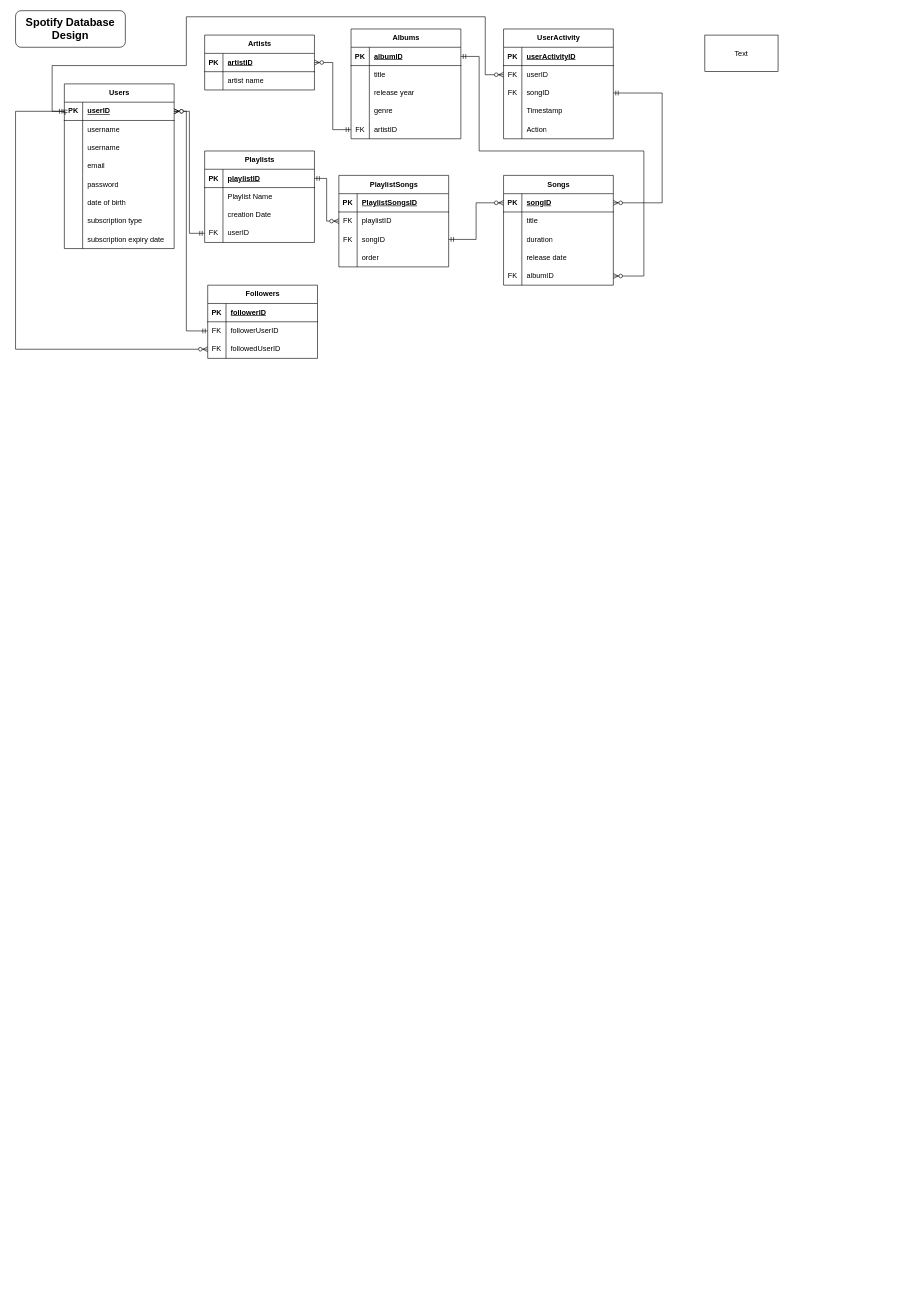
Keerthishankar-Punchithaya/Assignments keeps this draw.io diagram as Spotify Database Design S5D2 -> Database Design (L1).drawio. Above is the earlier version. Source tidied: cells renumbered, new cells numbered last; positions are measured from the earlier drawing's top-left corner, leaving out a move shared by most shapes. Both pictures are drawn from the tidied source at 61%, with x=0, y=0 at pixel (15, 10).
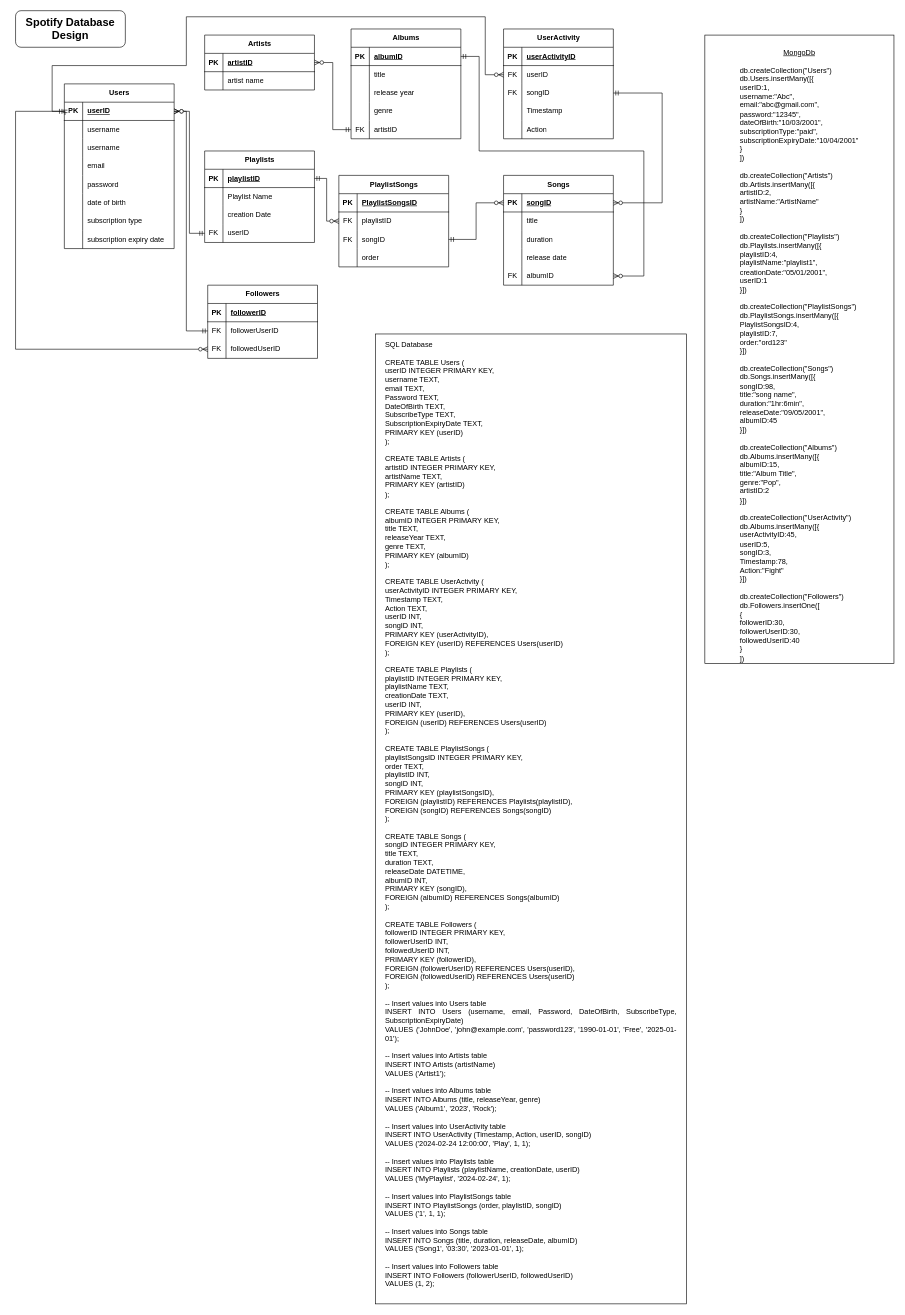
Above is the later version.

Diff of the diagram source:
```diff
@@
     <mxCell id="129" style="rounded=0;whiteSpace=wrap;html=1;" parent="1" vertex="1">
-      <mxGeometry x="1130" y="40" width="120" height="60" as="geometry" />
+      <mxGeometry x="1130" y="40" width="310" height="1030" as="geometry" />
     </mxCell>
-    <mxCell id="130" value="Text" style="text;html=1;align=center;verticalAlign=middle;whiteSpace=wrap;rounded=0;" parent="1" vertex="1">
-      <mxGeometry x="1160" y="55" width="60" height="30" as="geometry" />
+    <mxCell id="130" value="&lt;div style=&quot;&quot;&gt;&lt;u style=&quot;background-color: initial;&quot;&gt;MongoDb&lt;/u&gt;&lt;/div&gt;&lt;div style=&quot;&quot;&gt;&lt;br&gt;&lt;/div&gt;&lt;div style=&quot;text-align: justify;&quot;&gt;db.createCollection(&quot;Users&quot;)&lt;/div&gt;&lt;div style=&quot;text-align: justify;&quot;&gt;db.Users.insertMany([{&lt;/div&gt;&lt;div style=&quot;text-align: justify;&quot;&gt;userID:1,&lt;/div&gt;&lt;div style=&quot;text-align: justify;&quot;&gt;username:&quot;Abc&quot;,&lt;/div&gt;&lt;div style=&quot;text-align: justify;&quot;&gt;email:&quot;abc@gmail.com&quot;,&lt;/div&gt;&lt;div style=&quot;text-align: justify;&quot;&gt;password:&quot;12345&quot;,&lt;/div&gt;&lt;div style=&quot;text-align: justify;&quot;&gt;dateOfBirth:&quot;10/03/2001&quot;,&lt;/div&gt;&lt;div style=&quot;text-align: justify;&quot;&gt;subscriptionType:&quot;paid&quot;,&lt;/div&gt;&lt;div style=&quot;text-align: justify;&quot;&gt;subscriptionExpiryDate:&quot;10/04/2001&quot;&lt;/div&gt;&lt;div style=&quot;text-align: justify;&quot;&gt;}&lt;/div&gt;&lt;div style=&quot;text-align: justify;&quot;&gt;])&lt;/div&gt;&lt;div style=&quot;text-align: justify;&quot;&gt;&lt;br&gt;&lt;/div&gt;&lt;div style=&quot;text-align: justify;&quot;&gt;db.createCollection(&quot;Artists&quot;)&lt;/div&gt;&lt;div style=&quot;text-align: justify;&quot;&gt;db.Artists.insertMany([{&lt;/div&gt;&lt;div style=&quot;text-align: justify;&quot;&gt;artistID:2,&lt;/div&gt;&lt;div style=&quot;text-align: justify;&quot;&gt;artistName:&quot;ArtistName&quot;&lt;/div&gt;&lt;div style=&quot;text-align: justify;&quot;&gt;}&lt;/div&gt;&lt;div style=&quot;text-align: justify;&quot;&gt;])&lt;/div&gt;&lt;div style=&quot;text-align: justify;&quot;&gt;&lt;br&gt;&lt;/div&gt;&lt;div style=&quot;text-align: justify;&quot;&gt;db.createCollection(&quot;Playlists&quot;)&lt;/div&gt;&lt;div style=&quot;text-align: justify;&quot;&gt;db.Playlists.insertMany([{&lt;/div&gt;&lt;div style=&quot;text-align: justify;&quot;&gt;playlistID:4,&lt;/div&gt;&lt;div style=&quot;text-align: justify;&quot;&gt;playlistName:&quot;playlist1&quot;,&lt;/div&gt;&lt;div style=&quot;text-align: justify;&quot;&gt;creationDate:&quot;05/01/2001&quot;,&lt;/div&gt;&lt;div style=&quot;text-align: justify;&quot;&gt;userID:1&lt;/div&gt;&lt;div style=&quot;text-align: justify;&quot;&gt;}])&lt;/div&gt;&lt;div style=&quot;text-align: justify;&quot;&gt;&lt;br&gt;&lt;/div&gt;&lt;div style=&quot;text-align: justify;&quot;&gt;db.createCollection(&quot;PlaylistSongs&quot;)&lt;/div&gt;&lt;div style=&quot;text-align: justify;&quot;&gt;db.PlaylistSongs.insertMany([{&lt;/div&gt;&lt;div style=&quot;text-align: justify;&quot;&gt;PlaylistSongsID:4,&lt;/div&gt;&lt;div style=&quot;text-align: justify;&quot;&gt;playlistID:7,&lt;/div&gt;&lt;div style=&quot;text-align: justify;&quot;&gt;order:&quot;ord123&quot;&lt;/div&gt;&lt;div style=&quot;text-align: justify;&quot;&gt;}])&lt;/div&gt;&lt;div style=&quot;text-align: justify;&quot;&gt;&lt;br&gt;&lt;/div&gt;&lt;div style=&quot;text-align: justify;&quot;&gt;db.createCollection(&quot;Songs&quot;)&lt;/div&gt;&lt;div style=&quot;text-align: justify;&quot;&gt;db.Songs.insertMany([{&lt;/div&gt;&lt;div style=&quot;text-align: justify;&quot;&gt;songID:98,&lt;/div&gt;&lt;div style=&quot;text-align: justify;&quot;&gt;title:&quot;song name&quot;,&lt;/div&gt;&lt;div style=&quot;text-align: justify;&quot;&gt;duration:&quot;1hr:6min&quot;,&lt;/div&gt;&lt;div style=&quot;text-align: justify;&quot;&gt;releaseDate:&quot;09/05/2001&quot;,&lt;/div&gt;&lt;div style=&quot;text-align: justify;&quot;&gt;albumID:45&lt;/div&gt;&lt;div style=&quot;text-align: justify;&quot;&gt;}])&lt;/div&gt;&lt;div style=&quot;text-align: justify;&quot;&gt;&lt;br&gt;&lt;/div&gt;&lt;div style=&quot;text-align: justify;&quot;&gt;db.createCollection(&quot;Albums&quot;)&lt;/div&gt;&lt;div style=&quot;text-align: justify;&quot;&gt;db.Albums.insertMany([{&lt;/div&gt;&lt;div style=&quot;text-align: justify;&quot;&gt;albumID:15,&lt;/div&gt;&lt;div style=&quot;text-align: justify;&quot;&gt;title:&quot;Album Title&quot;,&lt;/div&gt;&lt;div style=&quot;text-align: justify;&quot;&gt;genre:&quot;Pop&quot;,&lt;/div&gt;&lt;div style=&quot;text-align: justify;&quot;&gt;artistID:2&lt;/div&gt;&lt;div style=&quot;text-align: justify;&quot;&gt;}])&lt;/div&gt;&lt;div style=&quot;text-align: justify;&quot;&gt;&lt;br&gt;&lt;/div&gt;&lt;div style=&quot;text-align: justify;&quot;&gt;db.createCollection(&quot;UserActivity&quot;)&lt;/div&gt;&lt;div style=&quot;text-align: justify;&quot;&gt;db.Albums.insertMany([{&lt;/div&gt;&lt;div style=&quot;text-align: justify;&quot;&gt;userActivityID:45,&lt;/div&gt;&lt;div style=&quot;text-align: justify;&quot;&gt;userID:5,&lt;/div&gt;&lt;div style=&quot;text-align: justify;&quot;&gt;songID:3,&lt;/div&gt;&lt;div style=&quot;text-align: justify;&quot;&gt;Timestamp:78,&lt;/div&gt;&lt;div style=&quot;text-align: justify;&quot;&gt;Action:&quot;Fight&quot;&lt;/div&gt;&lt;div style=&quot;text-align: justify;&quot;&gt;}])&lt;/div&gt;&lt;div style=&quot;text-align: justify;&quot;&gt;&lt;br&gt;&lt;/div&gt;&lt;div style=&quot;text-align: justify;&quot;&gt;db.createCollection(&quot;Followers&quot;)&lt;/div&gt;&lt;div style=&quot;text-align: justify;&quot;&gt;db.Followers.insertOne([&lt;/div&gt;&lt;div style=&quot;text-align: justify;&quot;&gt;{&lt;/div&gt;&lt;div style=&quot;text-align: justify;&quot;&gt;followerID:30,&lt;/div&gt;&lt;div style=&quot;text-align: justify;&quot;&gt;followerUserID:30,&lt;/div&gt;&lt;div style=&quot;text-align: justify;&quot;&gt;followedUserID:40&lt;/div&gt;&lt;div style=&quot;text-align: justify;&quot;&gt;}&lt;/div&gt;&lt;div style=&quot;text-align: justify;&quot;&gt;])&lt;/div&gt;" style="text;html=1;align=center;verticalAlign=middle;whiteSpace=wrap;rounded=0;" parent="1" vertex="1">
+      <mxGeometry x="1255" y="440" width="60" height="250" as="geometry" />
     </mxCell>
+    <mxCell id="131" style="rounded=0;whiteSpace=wrap;html=1;" parent="1" vertex="1">
+      <mxGeometry x="590" y="530" width="510" height="1590" as="geometry" />
+    </mxCell>
+    <mxCell id="132" value="&lt;div style=&quot;text-align: justify;&quot;&gt;&lt;span style=&quot;background-color: initial;&quot;&gt;SQL Database&lt;/span&gt;&lt;/div&gt;&lt;div style=&quot;text-align: justify;&quot;&gt;&lt;br&gt;&lt;/div&gt;&lt;div style=&quot;text-align: justify;&quot;&gt;CREATE TABLE Users (&lt;/div&gt;&lt;div style=&quot;text-align: justify;&quot;&gt;userID INTEGER PRIMARY KEY,&lt;/div&gt;&lt;div style=&quot;text-align: justify;&quot;&gt;username TEXT,&lt;/div&gt;&lt;div style=&quot;text-align: justify;&quot;&gt;email TEXT,&lt;/div&gt;&lt;div style=&quot;text-align: justify;&quot;&gt;Password TEXT,&lt;/div&gt;&lt;div style=&quot;text-align: justify;&quot;&gt;DateOfBirth TEXT,&lt;/div&gt;&lt;div style=&quot;text-align: justify;&quot;&gt;SubscribeType TEXT,&lt;/div&gt;&lt;div style=&quot;text-align: justify;&quot;&gt;SubscriptionExpiryDate TEXT,&lt;/div&gt;&lt;div style=&quot;text-align: justify;&quot;&gt;PRIMARY KEY (userID)&lt;/div&gt;&lt;div style=&quot;text-align: justify;&quot;&gt;);&lt;/div&gt;&lt;div style=&quot;text-align: justify;&quot;&gt;&lt;br&gt;&lt;/div&gt;&lt;div style=&quot;text-align: justify;&quot;&gt;CREATE TABLE Artists (&lt;/div&gt;&lt;div style=&quot;text-align: justify;&quot;&gt;artistID INTEGER PRIMARY KEY,&lt;/div&gt;&lt;div style=&quot;text-align: justify;&quot;&gt;artistName TEXT,&lt;/div&gt;&lt;div style=&quot;text-align: justify;&quot;&gt;PRIMARY KEY (artistID)&lt;/div&gt;&lt;div style=&quot;text-align: justify;&quot;&gt;);&lt;/div&gt;&lt;div style=&quot;text-align: justify;&quot;&gt;&lt;br&gt;&lt;/div&gt;&lt;div style=&quot;text-align: justify;&quot;&gt;CREATE TABLE Albums (&lt;/div&gt;&lt;div style=&quot;text-align: justify;&quot;&gt;albumID INTEGER PRIMARY KEY,&lt;/div&gt;&lt;div style=&quot;text-align: justify;&quot;&gt;title TEXT,&lt;/div&gt;&lt;div style=&quot;text-align: justify;&quot;&gt;releaseYear TEXT,&lt;/div&gt;&lt;div style=&quot;text-align: justify;&quot;&gt;genre TEXT,&lt;/div&gt;&lt;div style=&quot;text-align: justify;&quot;&gt;PRIMARY KEY (albumID)&lt;/div&gt;&lt;div style=&quot;text-align: justify;&quot;&gt;);&lt;/div&gt;&lt;div style=&quot;text-align: justify;&quot;&gt;&lt;br&gt;&lt;/div&gt;&lt;div style=&quot;text-align: justify;&quot;&gt;CREATE TABLE UserActivity (&lt;/div&gt;&lt;div style=&quot;text-align: justify;&quot;&gt;userActivityID INTEGER PRIMARY KEY,&lt;/div&gt;&lt;div style=&quot;text-align: justify;&quot;&gt;Timestamp TEXT,&lt;/div&gt;&lt;div style=&quot;text-align: justify;&quot;&gt;Action TEXT,&lt;/div&gt;&lt;div style=&quot;text-align: justify;&quot;&gt;userID INT,&lt;/div&gt;&lt;div style=&quot;text-align: justify;&quot;&gt;songID INT,&lt;/div&gt;&lt;div style=&quot;text-align: justify;&quot;&gt;PRIMARY KEY (userActivityID),&lt;/div&gt;&lt;div style=&quot;text-align: justify;&quot;&gt;FOREIGN KEY (userID) REFERENCES Users(userID)&lt;/div&gt;&lt;div style=&quot;text-align: justify;&quot;&gt;);&lt;/div&gt;&lt;div style=&quot;text-align: justify;&quot;&gt;&lt;br&gt;&lt;/div&gt;&lt;div style=&quot;text-align: justify;&quot;&gt;CREATE TABLE Playlists (&lt;/div&gt;&lt;div style=&quot;text-align: justify;&quot;&gt;playlistID INTEGER PRIMARY KEY,&lt;/div&gt;&lt;div style=&quot;text-align: justify;&quot;&gt;playlistName TEXT,&lt;/div&gt;&lt;div style=&quot;text-align: justify;&quot;&gt;creationDate TEXT,&lt;/div&gt;&lt;div style=&quot;text-align: justify;&quot;&gt;userID INT,&lt;/div&gt;&lt;div style=&quot;text-align: justify;&quot;&gt;PRIMARY KEY (userID),&lt;/div&gt;&lt;div style=&quot;text-align: justify;&quot;&gt;FOREIGN (userID) REFERENCES Users(userID)&lt;/div&gt;&lt;div style=&quot;text-align: justify;&quot;&gt;);&lt;/div&gt;&lt;div style=&quot;text-align: justify;&quot;&gt;&lt;br&gt;&lt;/div&gt;&lt;div style=&quot;text-align: justify;&quot;&gt;CREATE TABLE PlaylistSongs (&lt;/div&gt;&lt;div style=&quot;text-align: justify;&quot;&gt;playlistSongsID INTEGER PRIMARY KEY,&lt;/div&gt;&lt;div style=&quot;text-align: justify;&quot;&gt;order TEXT,&lt;/div&gt;&lt;div style=&quot;text-align: justify;&quot;&gt;playlistID INT,&lt;/div&gt;&lt;div style=&quot;text-align: justify;&quot;&gt;songID INT,&lt;/div&gt;&lt;div style=&quot;text-align: justify;&quot;&gt;PRIMARY KEY (playlistSongsID),&lt;/div&gt;&lt;div style=&quot;text-align: justify;&quot;&gt;FOREIGN (playlistID) REFERENCES Playlists(playlistID),&lt;/div&gt;&lt;div style=&quot;text-align: justify;&quot;&gt;FOREIGN (songID) REFERENCES Songs(songID)&lt;/div&gt;&lt;div style=&quot;text-align: justify;&quot;&gt;);&lt;/div&gt;&lt;div style=&quot;text-align: justify;&quot;&gt;&lt;br&gt;&lt;/div&gt;&lt;div style=&quot;text-align: justify;&quot;&gt;CREATE TABLE Songs (&lt;/div&gt;&lt;div style=&quot;text-align: justify;&quot;&gt;songID INTEGER PRIMARY KEY,&lt;/div&gt;&lt;div style=&quot;text-align: justify;&quot;&gt;title TEXT,&lt;/div&gt;&lt;div style=&quot;text-align: justify;&quot;&gt;duration TEXT,&lt;/div&gt;&lt;div style=&quot;text-align: justify;&quot;&gt;releaseDate DATETIME,&lt;/div&gt;&lt;div style=&quot;text-align: justify;&quot;&gt;albumID INT,&lt;/div&gt;&lt;div style=&quot;text-align: justify;&quot;&gt;PRIMARY KEY (songID),&lt;/div&gt;&lt;div style=&quot;text-align: justify;&quot;&gt;FOREIGN (albumID) REFERENCES Songs(albumID)&lt;/div&gt;&lt;div style=&quot;text-align: justify;&quot;&gt;);&lt;/div&gt;&lt;div style=&quot;text-align: justify;&quot;&gt;&lt;br&gt;&lt;/div&gt;&lt;div style=&quot;text-align: justify;&quot;&gt;CREATE TABLE Followers (&lt;/div&gt;&lt;div style=&quot;text-align: justify;&quot;&gt;followerID INTEGER PRIMARY KEY,&lt;/div&gt;&lt;div style=&quot;text-align: justify;&quot;&gt;followerUserID INT,&lt;/div&gt;&lt;div style=&quot;text-align: justify;&quot;&gt;followedUserID INT,&lt;/div&gt;&lt;div style=&quot;text-align: justify;&quot;&gt;PRIMARY KEY (followerID),&lt;/div&gt;&lt;div style=&quot;text-align: justify;&quot;&gt;FOREIGN (followerUserID) REFERENCES Users(userID),&lt;/div&gt;&lt;div style=&quot;text-align: justify;&quot;&gt;FOREIGN (followedUserID) REFERENCES Users(userID)&lt;/div&gt;&lt;div style=&quot;text-align: justify;&quot;&gt;);&lt;/div&gt;&lt;div style=&quot;text-align: justify;&quot;&gt;&lt;br&gt;&lt;/div&gt;&lt;div style=&quot;text-align: justify;&quot;&gt;-- Insert values into Users table&lt;/div&gt;&lt;div style=&quot;text-align: justify;&quot;&gt;INSERT INTO Users (username, email, Password, DateOfBirth, SubscribeType, SubscriptionExpiryDate)&lt;/div&gt;&lt;div style=&quot;text-align: justify;&quot;&gt;VALUES ('JohnDoe', 'john@example.com', 'password123', '1990-01-01', 'Free', '2025-01-01');&lt;/div&gt;&lt;div style=&quot;text-align: justify;&quot;&gt;&lt;br&gt;&lt;/div&gt;&lt;div style=&quot;text-align: justify;&quot;&gt;-- Insert values into Artists table&lt;/div&gt;&lt;div style=&quot;text-align: justify;&quot;&gt;INSERT INTO Artists (artistName)&lt;/div&gt;&lt;div style=&quot;text-align: justify;&quot;&gt;VALUES ('Artist1');&lt;/div&gt;&lt;div style=&quot;text-align: justify;&quot;&gt;&lt;br&gt;&lt;/div&gt;&lt;div style=&quot;text-align: justify;&quot;&gt;-- Insert values into Albums table&lt;/div&gt;&lt;div style=&quot;text-align: justify;&quot;&gt;INSERT INTO Albums (title, releaseYear, genre)&lt;/div&gt;&lt;div style=&quot;text-align: justify;&quot;&gt;VALUES ('Album1', '2023', 'Rock');&lt;/div&gt;&lt;div style=&quot;text-align: justify;&quot;&gt;&lt;br&gt;&lt;/div&gt;&lt;div style=&quot;text-align: justify;&quot;&gt;-- Insert values into UserActivity table&lt;/div&gt;&lt;div style=&quot;text-align: justify;&quot;&gt;INSERT INTO UserActivity (Timestamp, Action, userID, songID)&lt;/div&gt;&lt;div style=&quot;text-align: justify;&quot;&gt;VALUES ('2024-02-24 12:00:00', 'Play', 1, 1);&lt;/div&gt;&lt;div style=&quot;text-align: justify;&quot;&gt;&lt;br&gt;&lt;/div&gt;&lt;div style=&quot;text-align: justify;&quot;&gt;-- Insert values into Playlists table&lt;/div&gt;&lt;div style=&quot;text-align: justify;&quot;&gt;INSERT INTO Playlists (playlistName, creationDate, userID)&lt;/div&gt;&lt;div style=&quot;text-align: justify;&quot;&gt;VALUES ('MyPlaylist', '2024-02-24', 1);&lt;/div&gt;&lt;div style=&quot;text-align: justify;&quot;&gt;&lt;br&gt;&lt;/div&gt;&lt;div style=&quot;text-align: justify;&quot;&gt;-- Insert values into PlaylistSongs table&lt;/div&gt;&lt;div style=&quot;text-align: justify;&quot;&gt;INSERT INTO PlaylistSongs (order, playlistID, songID)&lt;/div&gt;&lt;div style=&quot;text-align: justify;&quot;&gt;VALUES ('1', 1, 1);&lt;/div&gt;&lt;div style=&quot;text-align: justify;&quot;&gt;&lt;br&gt;&lt;/div&gt;&lt;div style=&quot;text-align: justify;&quot;&gt;-- Insert values into Songs table&lt;/div&gt;&lt;div style=&quot;text-align: justify;&quot;&gt;INSERT INTO Songs (title, duration, releaseDate, albumID)&lt;/div&gt;&lt;div style=&quot;text-align: justify;&quot;&gt;VALUES ('Song1', '03:30', '2023-01-01', 1);&lt;/div&gt;&lt;div style=&quot;text-align: justify;&quot;&gt;&lt;br&gt;&lt;/div&gt;&lt;div style=&quot;text-align: justify;&quot;&gt;-- Insert values into Followers table&lt;/div&gt;&lt;div style=&quot;text-align: justify;&quot;&gt;INSERT INTO Followers (followerUserID, followedUserID)&lt;/div&gt;&lt;div style=&quot;text-align: justify;&quot;&gt;VALUES (1, 2);&lt;/div&gt;&lt;div style=&quot;text-align: justify;&quot;&gt;&lt;br&gt;&lt;/div&gt;" style="text;html=1;align=center;verticalAlign=middle;whiteSpace=wrap;rounded=0;" parent="1" vertex="1">
+      <mxGeometry x="605" y="560" width="480" height="1530" as="geometry" />
+    </mxCell>
```
